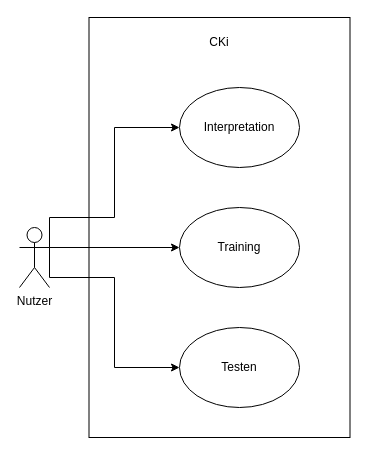
MrS-E/CKi keeps this draw.io diagram as Arbeitsabschnitte&Grundlagen/Analyse/Diagramme/Use-Case-Diagramm.drawio. Above is the earlier version. Source tidied: cells renumbered, new cells numbered last; positions are measured from the earlier drawing's top-left corner, leaving out a move shared by most shapes. Both pictures are drawn from the tidied source at 100%, with x=0, y=0 at pixel (19, 17).
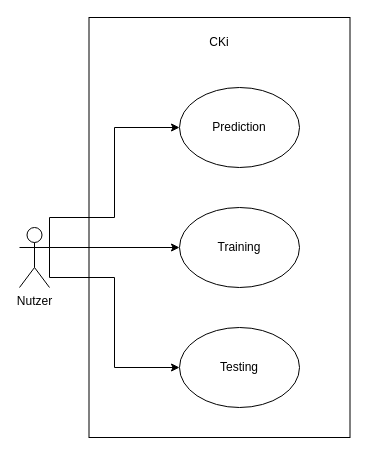
Above is the later version.

The edit, as a diff of the source:
```diff
@@
 <mxGraphModel>
   <root>
     <mxCell id="0" />
     <mxCell id="1" parent="0" />
     <mxCell id="2" style="rounded=0;whiteSpace=wrap;html=1;" parent="1" vertex="1">
       <mxGeometry x="69.5" width="261" height="420" as="geometry" />
     </mxCell>
     <mxCell id="3" style="edgeStyle=orthogonalEdgeStyle;rounded=0;jettySize=auto;html=1;entryX=0;entryY=0.5;entryDx=0;entryDy=0;exitX=1;exitY=0.3333333333333333;exitDx=0;exitDy=0;exitPerimeter=0;" parent="1" edge="1" source="6" target="9">
       <mxGeometry relative="1" as="geometry">
         <Array as="points">
           <mxPoint x="30" y="200" />
           <mxPoint x="95" y="200" />
           <mxPoint x="95" y="110" />
         </Array>
       </mxGeometry>
     </mxCell>
     <mxCell id="4" style="edgeStyle=orthogonalEdgeStyle;rounded=0;jettySize=auto;html=1;exitX=1;exitY=0.3333333333333333;exitDx=0;exitDy=0;exitPerimeter=0;entryX=0;entryY=0.5;entryDx=0;entryDy=0;" parent="1" edge="1" source="6" target="10">
       <mxGeometry relative="1" as="geometry" />
     </mxCell>
     <mxCell id="5" style="edgeStyle=orthogonalEdgeStyle;rounded=0;jettySize=auto;html=1;entryX=0;entryY=0.5;entryDx=0;entryDy=0;exitX=1;exitY=0.3333333333333333;exitDx=0;exitDy=0;exitPerimeter=0;" parent="1" edge="1" source="6" target="11">
       <mxGeometry relative="1" as="geometry">
         <Array as="points">
           <mxPoint x="30" y="260" />
           <mxPoint x="95" y="260" />
           <mxPoint x="95" y="350" />
         </Array>
       </mxGeometry>
     </mxCell>
     <mxCell id="6" value="Nutzer" style="shape=umlActor;verticalLabelPosition=bottom;verticalAlign=top;html=1;outlineConnect=0;" parent="1" vertex="1">
       <mxGeometry y="210" width="30" height="60" as="geometry" />
     </mxCell>
     <mxCell id="7" value="CKi" style="text;html=1;strokeColor=none;fillColor=none;align=center;verticalAlign=middle;whiteSpace=wrap;rounded=0;" parent="1" vertex="1">
       <mxGeometry x="170" y="10" width="60" height="30" as="geometry" />
     </mxCell>
     <mxCell id="8" style="edgeStyle=orthogonalEdgeStyle;rounded=0;orthogonalLoop=1;jettySize=auto;html=1;exitX=0.5;exitY=1;exitDx=0;exitDy=0;" parent="1" edge="1" source="2" target="2">
       <mxGeometry relative="1" as="geometry" />
     </mxCell>
-    <mxCell id="9" value="Interpretation" style="ellipse;whiteSpace=wrap;html=1;" parent="1" vertex="1">
+    <mxCell id="9" value="Prediction" style="ellipse;whiteSpace=wrap;html=1;" parent="1" vertex="1">
       <mxGeometry x="160" y="70" width="120" height="80" as="geometry" />
     </mxCell>
     <mxCell id="10" value="Training" style="ellipse;whiteSpace=wrap;html=1;" parent="1" vertex="1">
       <mxGeometry x="160" y="190" width="120" height="80" as="geometry" />
     </mxCell>
-    <mxCell id="11" value="&lt;div&gt;Testen&lt;/div&gt;" style="ellipse;whiteSpace=wrap;html=1;" parent="1" vertex="1">
+    <mxCell id="11" value="&lt;div&gt;Testing&lt;/div&gt;" style="ellipse;whiteSpace=wrap;html=1;" parent="1" vertex="1">
       <mxGeometry x="160" y="310" width="120" height="80" as="geometry" />
     </mxCell>
   </root>
 </mxGraphModel>
```
